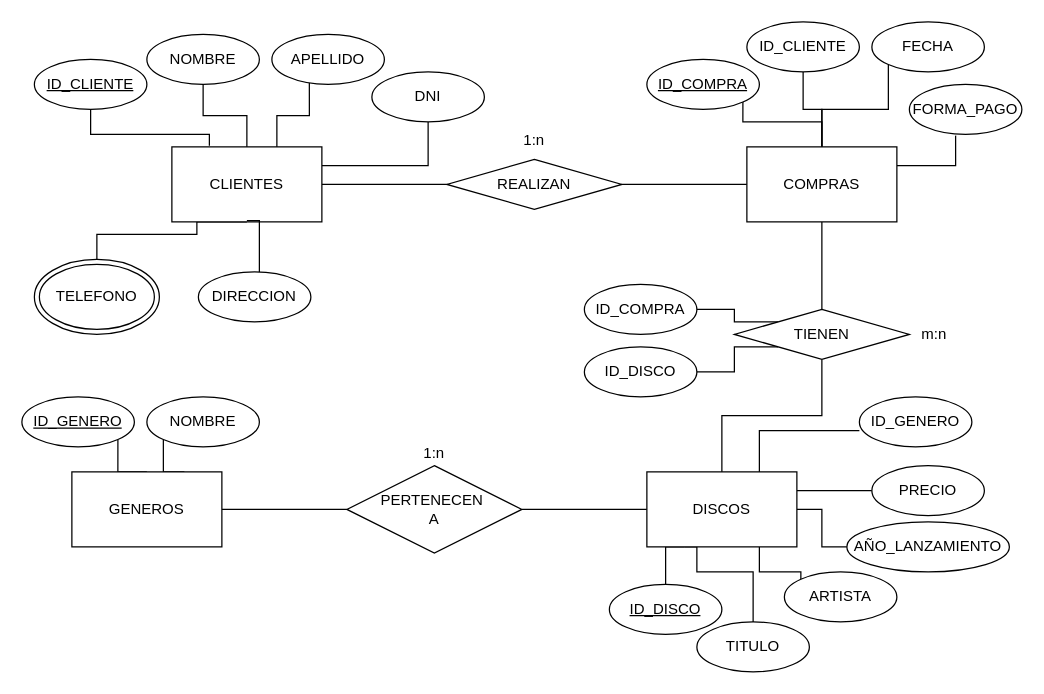
This is Diagrama sin título.drawio from sirnas1983/ejerciciosSemana5, a draw.io file, before an edit. Source tidied: cells renumbered, new cells numbered last; positions are measured from the earlier drawing's top-left corner, leaving out a move shared by most shapes. Both pictures are drawn from the tidied source at 125%, with x=0, y=0 at pixel (21, 21).
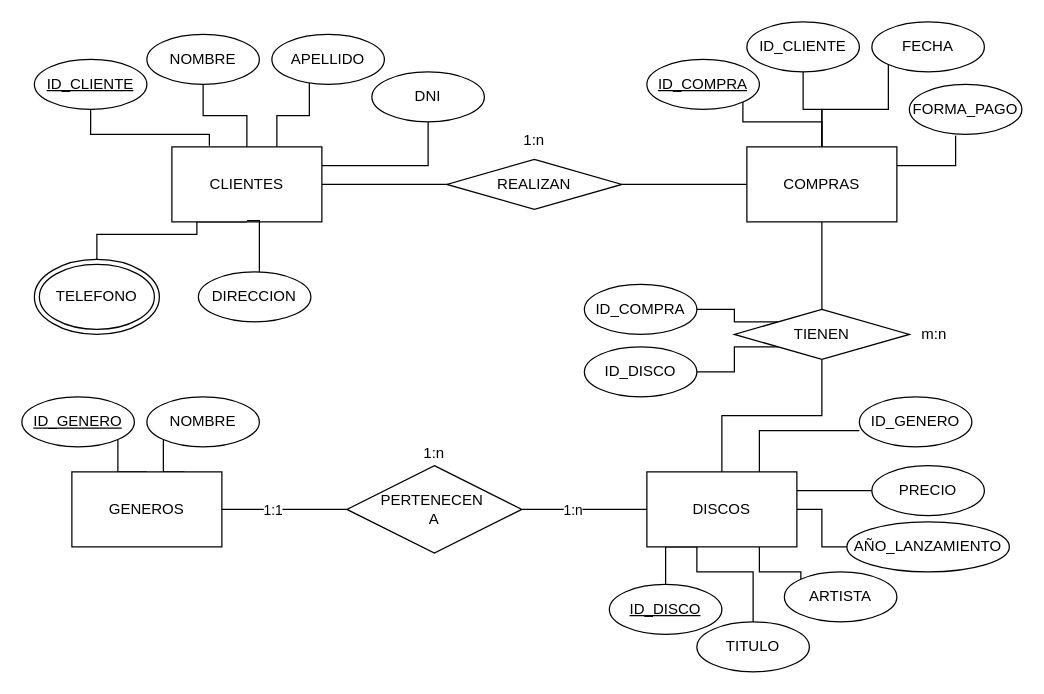
The same page after the edit.

Commit message:
agregadas relaciones

Unchanged cells that the change refers to:
```xml
<mxCell id="25" style="edgeStyle=orthogonalEdgeStyle;rounded=0;jettySize=auto;html=1;endArrow=none;endFill=0;" parent="1" edge="1" source="32">
  <mxGeometry relative="1" as="geometry">
    <mxPoint x="400" y="390" as="targetPoint" />
  </mxGeometry>
</mxCell>
<mxCell id="33" style="edgeStyle=orthogonalEdgeStyle;rounded=0;jettySize=auto;html=1;endArrow=none;endFill=0;startArrow=none;startFill=0;" parent="1" edge="1" source="34" target="37">
  <mxGeometry relative="1" as="geometry" />
</mxCell>
```

Diff of the diagram source:
```diff
@@
+    <mxCell id="58" value="1:n" style="edgeLabel;html=1;align=center;verticalAlign=middle;" parent="25" vertex="1">
+      <mxGeometry x="0.29" y="4" relative="1" as="geometry">
+        <mxPoint x="5" y="-4" as="offset" />
+      </mxGeometry>
+    </mxCell>
@@
+    <mxCell id="59" value="1:1" style="edgeLabel;html=1;align=center;verticalAlign=middle;" parent="33" vertex="1">
+      <mxGeometry x="0.2" y="1" relative="1" as="geometry">
+        <mxPoint y="-1" as="offset" />
+      </mxGeometry>
+    </mxCell>
```
